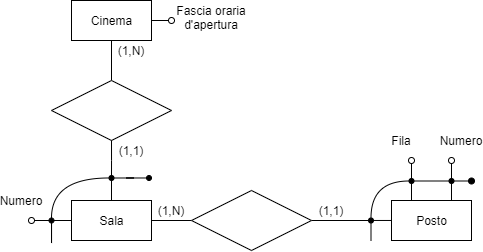
The draw.io diagram docs/media/er_diagrams/er_3.png in buracchi/cinema-management-system, before a commit. Source tidied: cells renumbered, new cells last; positions are measured from the earlier drawing's top-left corner, leaving out a move shared by most shapes. Its diagram source:
```xml
<mxGraphModel>
  <root>
    <mxCell id="0" />
    <mxCell id="1" parent="0" />
    <mxCell id="2" style="jettySize=auto;html=1;exitX=0.5;exitY=1;exitDx=0;exitDy=0;entryX=0.5;entryY=0;entryDx=0;entryDy=0;endArrow=none;endFill=0;sketch=0;edgeStyle=orthogonalEdgeStyle;" parent="1" edge="1" source="4" target="8">
      <mxGeometry relative="1" as="geometry" />
    </mxCell>
    <mxCell id="3" style="edgeStyle=orthogonalEdgeStyle;jettySize=auto;html=1;endArrow=oval;endFill=0;sketch=0;rounded=0;exitX=1;exitY=0.5;exitDx=0;exitDy=0;" parent="1" edge="1" source="4">
      <mxGeometry relative="1" as="geometry">
        <mxPoint x="170" y="20" as="targetPoint" />
      </mxGeometry>
    </mxCell>
    <mxCell id="4" value="Cinema" style="html=1;sketch=0;" parent="1" vertex="1">
      <mxGeometry x="70" width="80" height="40" as="geometry" />
    </mxCell>
    <mxCell id="5" style="edgeStyle=orthogonalEdgeStyle;jettySize=auto;html=1;exitX=1;exitY=0.5;exitDx=0;exitDy=0;endArrow=none;endFill=0;sketch=0;" parent="1" edge="1" source="7" target="11">
      <mxGeometry relative="1" as="geometry" />
    </mxCell>
    <mxCell id="6" style="edgeStyle=orthogonalEdgeStyle;jettySize=auto;html=1;exitX=0;exitY=0.5;exitDx=0;exitDy=0;endArrow=oval;endFill=0;sketch=0;rounded=0;" parent="1" edge="1" source="7">
      <mxGeometry relative="1" as="geometry">
        <mxPoint x="30" y="220" as="targetPoint" />
      </mxGeometry>
    </mxCell>
    <mxCell id="7" value="Sala" style="html=1;sketch=0;" parent="1" vertex="1">
      <mxGeometry x="70" y="200" width="80" height="40" as="geometry" />
    </mxCell>
    <mxCell id="8" style="rhombus;whiteSpace=wrap;html=1;sketch=0;" parent="1" vertex="1">
      <mxGeometry x="50" y="80" width="120" height="60" as="geometry" />
    </mxCell>
    <mxCell id="9" style="edgeStyle=orthogonalEdgeStyle;jettySize=auto;html=1;exitX=1;exitY=0.5;exitDx=0;exitDy=0;endArrow=none;endFill=0;sketch=0;rounded=0;" parent="1" edge="1" source="31" target="13">
      <mxGeometry relative="1" as="geometry">
        <Array as="points">
          <mxPoint x="370" y="220" />
          <mxPoint x="370" y="220" />
        </Array>
      </mxGeometry>
    </mxCell>
    <mxCell id="10" style="edgeStyle=orthogonalEdgeStyle;jettySize=auto;html=1;entryX=0;entryY=0.5;entryDx=0;entryDy=0;startArrow=none;startFill=0;endArrow=none;endFill=0;endSize=6;fillColor=#000000;sketch=0;rounded=0;" parent="1" edge="1" source="11" target="31">
      <mxGeometry relative="1" as="geometry" />
    </mxCell>
    <mxCell id="11" style="rhombus;whiteSpace=wrap;html=1;sketch=0;" parent="1" vertex="1">
      <mxGeometry x="190" y="190" width="120" height="60" as="geometry" />
    </mxCell>
    <mxCell id="12" style="edgeStyle=none;rounded=0;jettySize=auto;html=1;exitX=0.75;exitY=0;exitDx=0;exitDy=0;entryX=0.5;entryY=1;entryDx=0;entryDy=0;endArrow=none;endFill=0;strokeColor=#000000;fillColor=#FFFFFF;" parent="1" edge="1" source="13" target="39">
      <mxGeometry relative="1" as="geometry" />
    </mxCell>
    <mxCell id="13" value="Posto" style="html=1;sketch=0;" parent="1" vertex="1">
      <mxGeometry x="390" y="200" width="80" height="40" as="geometry" />
    </mxCell>
    <mxCell id="14" value="Fascia oraria d'apertura" style="text;html=1;strokeColor=none;fillColor=none;align=center;verticalAlign=middle;whiteSpace=wrap;sketch=0;" parent="1" vertex="1">
      <mxGeometry x="170" y="7.5" width="80" height="20" as="geometry" />
    </mxCell>
    <mxCell id="15" value="Numero" style="text;html=1;strokeColor=none;fillColor=none;align=center;verticalAlign=middle;whiteSpace=wrap;sketch=0;" parent="1" vertex="1">
      <mxGeometry y="190" width="40" height="20" as="geometry" />
    </mxCell>
    <mxCell id="16" value="(1,N)" style="text;html=1;strokeColor=none;fillColor=none;align=center;verticalAlign=middle;whiteSpace=wrap;sketch=0;" parent="1" vertex="1">
      <mxGeometry x="110" y="40" width="40" height="20" as="geometry" />
    </mxCell>
    <mxCell id="17" value="(1,N)" style="text;html=1;strokeColor=none;fillColor=none;align=center;verticalAlign=middle;whiteSpace=wrap;sketch=0;" parent="1" vertex="1">
      <mxGeometry x="150" y="200" width="40" height="20" as="geometry" />
    </mxCell>
    <mxCell id="18" value="(1,1)" style="text;html=1;strokeColor=none;fillColor=none;align=center;verticalAlign=middle;whiteSpace=wrap;sketch=0;" parent="1" vertex="1">
      <mxGeometry x="310" y="200" width="40" height="20" as="geometry" />
    </mxCell>
    <mxCell id="19" value="Fila" style="text;html=1;strokeColor=none;fillColor=none;align=center;verticalAlign=middle;whiteSpace=wrap;sketch=0;" parent="1" vertex="1">
      <mxGeometry x="380.5" y="130" width="40" height="20" as="geometry" />
    </mxCell>
    <mxCell id="20" value="Numero" style="text;html=1;strokeColor=none;fillColor=none;align=center;verticalAlign=middle;whiteSpace=wrap;sketch=0;" parent="1" vertex="1">
      <mxGeometry x="440" y="130" width="40" height="20" as="geometry" />
    </mxCell>
    <mxCell id="21" style="edgeStyle=orthogonalEdgeStyle;jettySize=auto;html=1;entryX=1;entryY=0.5;entryDx=0;entryDy=0;startArrow=none;startFill=0;endArrow=none;endFill=0;endSize=6;sketch=0;rounded=0;" parent="1" edge="1" source="22" target="28">
      <mxGeometry relative="1" as="geometry" />
    </mxCell>
    <mxCell id="22" style="ellipse;whiteSpace=wrap;html=1;fillColor=#000000;sketch=0;" parent="1" vertex="1">
      <mxGeometry x="145" y="175" width="5" height="5" as="geometry" />
    </mxCell>
    <mxCell id="23" style="edgeStyle=orthogonalEdgeStyle;jettySize=auto;html=1;startArrow=none;startFill=0;endArrow=none;endFill=0;endSize=6;fillColor=#000000;sketch=0;rounded=0;" parent="1" edge="1" source="24">
      <mxGeometry relative="1" as="geometry">
        <mxPoint x="50" y="240" as="targetPoint" />
      </mxGeometry>
    </mxCell>
    <mxCell id="24" style="ellipse;whiteSpace=wrap;html=1;fillColor=#000000;sketch=0;" parent="1" vertex="1">
      <mxGeometry x="47.5" y="217.5" width="5" height="5" as="geometry" />
    </mxCell>
    <mxCell id="25" style="edgeStyle=orthogonalEdgeStyle;jettySize=auto;html=1;exitX=0.5;exitY=1;exitDx=0;exitDy=0;endArrow=none;endFill=0;sketch=0;rounded=0;entryX=0.5;entryY=0;entryDx=0;entryDy=0;" parent="1" edge="1" source="8" target="28">
      <mxGeometry relative="1" as="geometry">
        <Array as="points">
          <mxPoint x="110" y="160" />
          <mxPoint x="110" y="160" />
        </Array>
      </mxGeometry>
    </mxCell>
    <mxCell id="26" style="edgeStyle=orthogonalEdgeStyle;jettySize=auto;html=1;entryX=0.5;entryY=0;entryDx=0;entryDy=0;startArrow=none;startFill=0;endArrow=none;endFill=0;endSize=6;sketch=0;curved=1;" parent="1" edge="1" source="28" target="24">
      <mxGeometry relative="1" as="geometry" />
    </mxCell>
    <mxCell id="27" style="edgeStyle=none;jettySize=auto;html=1;entryX=0.5;entryY=0;entryDx=0;entryDy=0;startArrow=none;startFill=0;endArrow=none;endFill=0;endSize=6;sketch=0;rounded=0;" parent="1" edge="1" source="28" target="7">
      <mxGeometry relative="1" as="geometry" />
    </mxCell>
    <mxCell id="28" style="ellipse;whiteSpace=wrap;html=1;fillColor=#000000;sketch=0;" parent="1" vertex="1">
      <mxGeometry x="107.5" y="175" width="5" height="5" as="geometry" />
    </mxCell>
    <mxCell id="29" style="edgeStyle=orthogonalEdgeStyle;jettySize=auto;html=1;entryX=0.5;entryY=0;entryDx=0;entryDy=0;startArrow=none;startFill=0;endArrow=none;endFill=0;endSize=6;sketch=0;curved=1;exitX=0;exitY=0.5;exitDx=0;exitDy=0;" parent="1" edge="1" source="36" target="31">
      <mxGeometry relative="1" as="geometry" />
    </mxCell>
    <mxCell id="30" style="jettySize=auto;html=1;startArrow=none;startFill=0;endArrow=none;endFill=0;endSize=6;fillColor=#ffffff;sketch=0;rounded=0;" parent="1" edge="1" source="31">
      <mxGeometry relative="1" as="geometry">
        <mxPoint x="369.5" y="240" as="targetPoint" />
      </mxGeometry>
    </mxCell>
    <mxCell id="31" style="ellipse;whiteSpace=wrap;html=1;fillColor=#000000;sketch=0;" parent="1" vertex="1">
      <mxGeometry x="367" y="217.5" width="5" height="5" as="geometry" />
    </mxCell>
    <mxCell id="32" value="(1,1)" style="text;html=1;strokeColor=none;fillColor=none;align=center;verticalAlign=middle;whiteSpace=wrap;sketch=0;" parent="1" vertex="1">
      <mxGeometry x="110" y="140" width="40" height="20" as="geometry" />
    </mxCell>
    <mxCell id="33" style="edgeStyle=none;rounded=0;jettySize=auto;html=1;entryX=0.25;entryY=0;entryDx=0;entryDy=0;endArrow=none;endFill=0;strokeColor=#000000;fillColor=#FFFFFF;" parent="1" edge="1" source="36" target="13">
      <mxGeometry relative="1" as="geometry" />
    </mxCell>
    <mxCell id="34" style="edgeStyle=none;rounded=0;jettySize=auto;html=1;entryX=0;entryY=0.5;entryDx=0;entryDy=0;endArrow=none;endFill=0;strokeColor=#000000;fillColor=#FFFFFF;" parent="1" edge="1" source="36" target="39">
      <mxGeometry relative="1" as="geometry" />
    </mxCell>
    <mxCell id="35" style="edgeStyle=none;rounded=0;jettySize=auto;html=1;endArrow=oval;endFill=0;strokeColor=#000000;fillColor=#FFFFFF;" parent="1" edge="1" source="36">
      <mxGeometry relative="1" as="geometry">
        <mxPoint x="410" y="160" as="targetPoint" />
      </mxGeometry>
    </mxCell>
    <mxCell id="36" style="ellipse;whiteSpace=wrap;html=1;fillColor=#000000;sketch=0;" parent="1" vertex="1">
      <mxGeometry x="407.5" y="178" width="5" height="5" as="geometry" />
    </mxCell>
    <mxCell id="37" style="edgeStyle=none;rounded=0;jettySize=auto;html=1;endArrow=oval;endFill=1;strokeColor=#000000;fillColor=#FFFFFF;" parent="1" edge="1" source="39">
      <mxGeometry relative="1" as="geometry">
        <mxPoint x="470" y="180.5" as="targetPoint" />
      </mxGeometry>
    </mxCell>
    <mxCell id="38" style="edgeStyle=none;rounded=0;jettySize=auto;html=1;endArrow=oval;endFill=0;strokeColor=#000000;fillColor=#FFFFFF;" parent="1" edge="1" source="39">
      <mxGeometry relative="1" as="geometry">
        <mxPoint x="450" y="160" as="targetPoint" />
      </mxGeometry>
    </mxCell>
    <mxCell id="39" style="ellipse;whiteSpace=wrap;html=1;fillColor=#000000;sketch=0;" parent="1" vertex="1">
      <mxGeometry x="447.5" y="178" width="5" height="5" as="geometry" />
    </mxCell>
  </root>
</mxGraphModel>
```
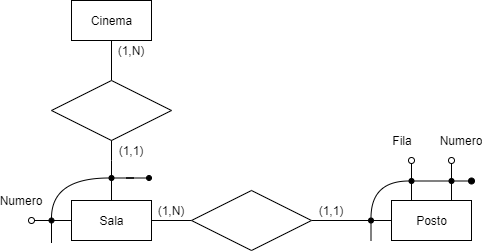
After the change.

Diff of the diagram source:
```diff
@@ -5,11 +5,6 @@
     <mxCell id="2" style="jettySize=auto;html=1;exitX=0.5;exitY=1;exitDx=0;exitDy=0;entryX=0.5;entryY=0;entryDx=0;entryDy=0;endArrow=none;endFill=0;sketch=0;edgeStyle=orthogonalEdgeStyle;" parent="1" edge="1" source="4" target="8">
       <mxGeometry relative="1" as="geometry" />
     </mxCell>
-    <mxCell id="3" style="edgeStyle=orthogonalEdgeStyle;jettySize=auto;html=1;endArrow=oval;endFill=0;sketch=0;rounded=0;exitX=1;exitY=0.5;exitDx=0;exitDy=0;" parent="1" edge="1" source="4">
-      <mxGeometry relative="1" as="geometry">
-        <mxPoint x="170" y="20" as="targetPoint" />
-      </mxGeometry>
-    </mxCell>
     <mxCell id="4" value="Cinema" style="html=1;sketch=0;" parent="1" vertex="1">
       <mxGeometry x="70" width="80" height="40" as="geometry" />
     </mxCell>
@@ -47,9 +42,6 @@
     <mxCell id="13" value="Posto" style="html=1;sketch=0;" parent="1" vertex="1">
       <mxGeometry x="390" y="200" width="80" height="40" as="geometry" />
     </mxCell>
-    <mxCell id="14" value="Fascia oraria d'apertura" style="text;html=1;strokeColor=none;fillColor=none;align=center;verticalAlign=middle;whiteSpace=wrap;sketch=0;" parent="1" vertex="1">
-      <mxGeometry x="170" y="7.5" width="80" height="20" as="geometry" />
-    </mxCell>
     <mxCell id="15" value="Numero" style="text;html=1;strokeColor=none;fillColor=none;align=center;verticalAlign=middle;whiteSpace=wrap;sketch=0;" parent="1" vertex="1">
       <mxGeometry y="190" width="40" height="20" as="geometry" />
     </mxCell>
```
